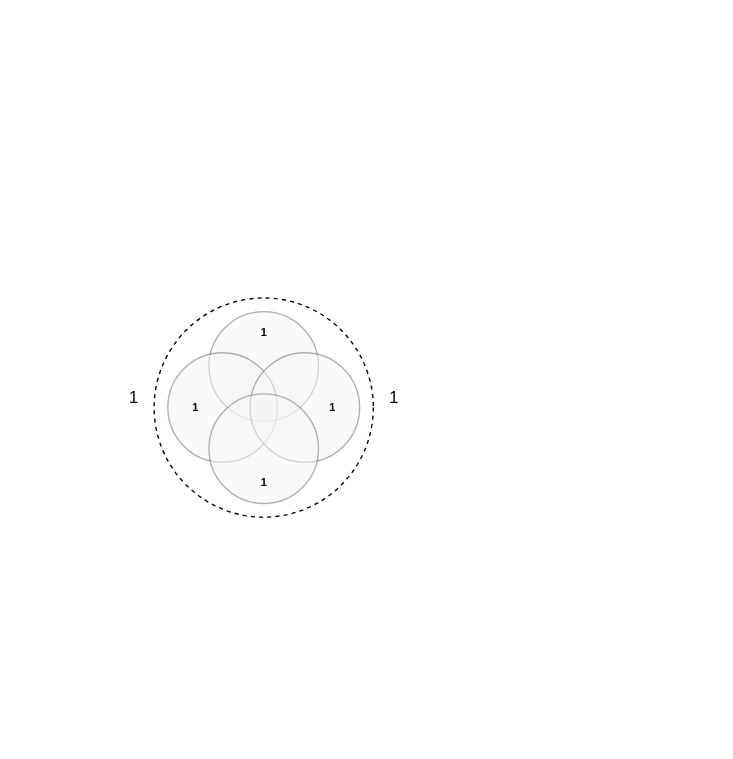
This is page "Page-2" (2 of 2) of tra-samples.drawio from darrellcbrown/architecture-diagrams, a draw.io file, before an edit. Source tidied: cells renumbered, new cells numbered last; positions are measured from the earlier drawing's top-left corner, leaving out a move shared by most shapes. Both pictures are drawn from the tidied source at 137%, with x=0, y=0 at pixel (112, 297).
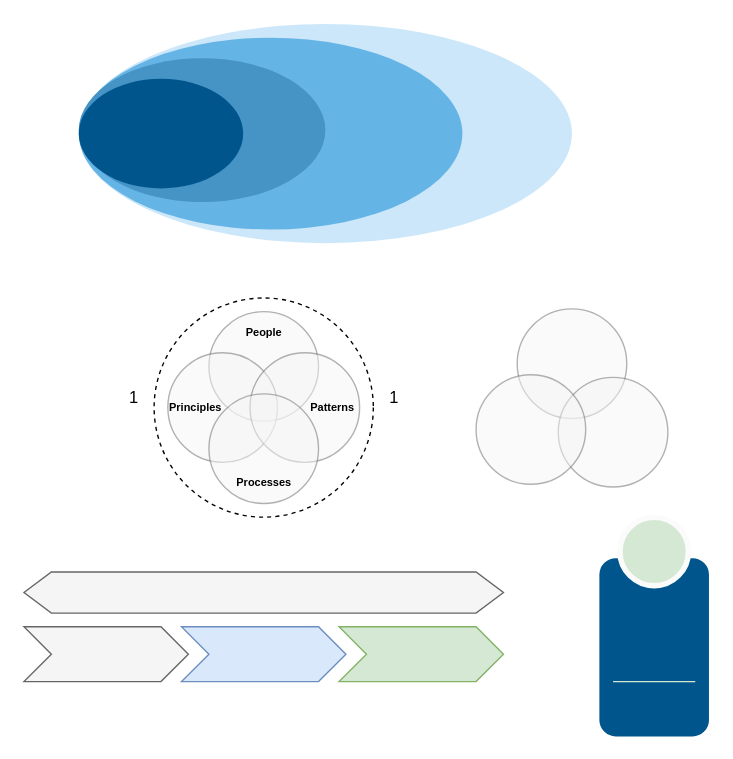
Above is the later version.

The edit, as a diff of the source:
```diff
@@
+    <mxCell id="13" style="ellipse;whiteSpace=wrap;html=1;fillColor=#0088E0;strokeColor=none;opacity=20;" parent="1" vertex="1">
+      <mxGeometry x="-25" y="-200" width="360" height="160" as="geometry" />
+    </mxCell>
+    <mxCell id="14" style="ellipse;whiteSpace=wrap;html=1;fillColor=#0081D4;strokeColor=none;opacity=50;" parent="1" vertex="1">
+      <mxGeometry x="-25" y="-190" width="280" height="140" as="geometry" />
+    </mxCell>
+    <mxCell id="15" style="rounded=1;whiteSpace=wrap;html=1;fillColor=#00558c;fontColor=#ffffff;strokeColor=none;" parent="1" vertex="1">
+      <mxGeometry x="355" y="190" width="80" height="130" as="geometry" />
+    </mxCell>
@@
-    <mxCell id="7" value="1" style="text;html=1;align=center;verticalAlign=middle;strokeColor=none;fillColor=none;fontSize=8;fontFamily=Helvetica;fontStyle=1;" parent="1" vertex="1">
-      <mxGeometry x="95" y="15" width="30" height="20" as="geometry" />
+    <mxCell id="7" value="People" style="text;html=1;align=center;verticalAlign=middle;strokeColor=none;fillColor=none;fontSize=8;fontFamily=Helvetica;fontStyle=1;" parent="1" vertex="1">
+      <mxGeometry x="85" y="15" width="50" height="20" as="geometry" />
     </mxCell>
-    <mxCell id="8" value="1" style="text;html=1;align=center;verticalAlign=middle;strokeColor=none;fillColor=none;fontSize=8;fontFamily=Helvetica;fontStyle=1;" parent="1" vertex="1">
-      <mxGeometry x="45" y="70" width="30" height="20" as="geometry" />
+    <mxCell id="8" value="Principles" style="text;html=1;align=center;verticalAlign=middle;strokeColor=none;fillColor=none;fontSize=8;fontFamily=Helvetica;fontStyle=1;" parent="1" vertex="1">
+      <mxGeometry x="30" y="70" width="60" height="20" as="geometry" />
     </mxCell>
-    <mxCell id="9" value="1" style="text;html=1;align=center;verticalAlign=middle;strokeColor=none;fillColor=none;fontSize=8;fontFamily=Helvetica;fontStyle=1;" parent="1" vertex="1">
-      <mxGeometry x="95" y="125" width="30" height="20" as="geometry" />
+    <mxCell id="9" value="Processes" style="text;html=1;align=center;verticalAlign=middle;strokeColor=none;fillColor=none;fontSize=8;fontFamily=Helvetica;fontStyle=1;" parent="1" vertex="1">
+      <mxGeometry x="80" y="125" width="60" height="20" as="geometry" />
     </mxCell>
@@
-    <mxCell id="12" value="1" style="text;html=1;align=center;verticalAlign=middle;strokeColor=none;fillColor=none;fontSize=8;fontFamily=Helvetica;fontStyle=1;" parent="1" vertex="1">
-      <mxGeometry x="145" y="70" width="30" height="20" as="geometry" />
+    <mxCell id="12" value="Patterns" style="text;html=1;align=center;verticalAlign=middle;strokeColor=none;fillColor=none;fontSize=8;fontFamily=Helvetica;fontStyle=1;" parent="1" vertex="1">
+      <mxGeometry x="130" y="70" width="60" height="20" as="geometry" />
     </mxCell>
+    <mxCell id="16" style="shape=step;perimeter=stepPerimeter;whiteSpace=wrap;html=1;fixedSize=1;fillColor=#f5f5f5;strokeColor=#666666;fontColor=#333333;" parent="1" vertex="1">
+      <mxGeometry x="-65" y="240" width="120" height="40" as="geometry" />
+    </mxCell>
+    <mxCell id="17" style="shape=step;perimeter=stepPerimeter;whiteSpace=wrap;html=1;fixedSize=1;fillColor=#dae8fc;strokeColor=#6c8ebf;" parent="1" vertex="1">
+      <mxGeometry x="50" y="240" width="120" height="40" as="geometry" />
+    </mxCell>
+    <mxCell id="18" style="shape=step;perimeter=stepPerimeter;whiteSpace=wrap;html=1;fixedSize=1;fillColor=#d5e8d4;strokeColor=#82b366;" parent="1" vertex="1">
+      <mxGeometry x="165" y="240" width="120" height="40" as="geometry" />
+    </mxCell>
+    <mxCell id="19" style="shape=hexagon;perimeter=hexagonPerimeter2;whiteSpace=wrap;html=1;fixedSize=1;fillColor=#f5f5f5;fontColor=#333333;strokeColor=#666666;" parent="1" vertex="1">
+      <mxGeometry x="-65" y="200" width="350" height="30" as="geometry" />
+    </mxCell>
+    <mxCell id="20" style="ellipse;whiteSpace=wrap;html=1;fillColor=#f5f5f5;strokeColor=#666666;opacity=50;fontColor=#333333;fontSize=8;fontFamily=Helvetica;fontStyle=1;" parent="1" vertex="1">
+      <mxGeometry x="295" y="8" width="80" height="80" as="geometry" />
+    </mxCell>
+    <mxCell id="21" style="ellipse;whiteSpace=wrap;html=1;fillColor=#f5f5f5;strokeColor=#666666;opacity=50;fontColor=#333333;fontSize=8;fontFamily=Helvetica;fontStyle=1;" parent="1" vertex="1">
+      <mxGeometry x="325" y="58" width="80" height="80" as="geometry" />
+    </mxCell>
+    <mxCell id="22" style="ellipse;whiteSpace=wrap;html=1;fillColor=#f5f5f5;strokeColor=#666666;opacity=50;fontColor=#333333;fontSize=8;fontFamily=Helvetica;fontStyle=1;" parent="1" vertex="1">
+      <mxGeometry x="265" y="56" width="80" height="80" as="geometry" />
+    </mxCell>
+    <mxCell id="23" style="ellipse;whiteSpace=wrap;html=1;fillColor=#d5e8d4;strokeColor=#fbfbfb;strokeWidth=4;" parent="1" vertex="1">
+      <mxGeometry x="370" y="160" width="50" height="50" as="geometry" />
+    </mxCell>
+    <mxCell id="24" style="endArrow=none;html=1;rounded=0;fillColor=#d5e8d4;strokeColor=#d5e8d4;" parent="1" edge="1">
+      <mxGeometry relative="1" as="geometry">
+        <mxPoint x="365" y="280" as="sourcePoint" />
+        <mxPoint x="425" y="280" as="targetPoint" />
+      </mxGeometry>
+    </mxCell>
+    <mxCell id="25" style="ellipse;whiteSpace=wrap;html=1;fillColor=#4693c6;strokeColor=none;" parent="1" vertex="1">
+      <mxGeometry x="-25" y="-175" width="180" height="105" as="geometry" />
+    </mxCell>
+    <mxCell id="26" style="ellipse;whiteSpace=wrap;html=1;fillColor=#00558c;strokeColor=none;" parent="1" vertex="1">
+      <mxGeometry x="-25" y="-160" width="120" height="80" as="geometry" />
+    </mxCell>
```
